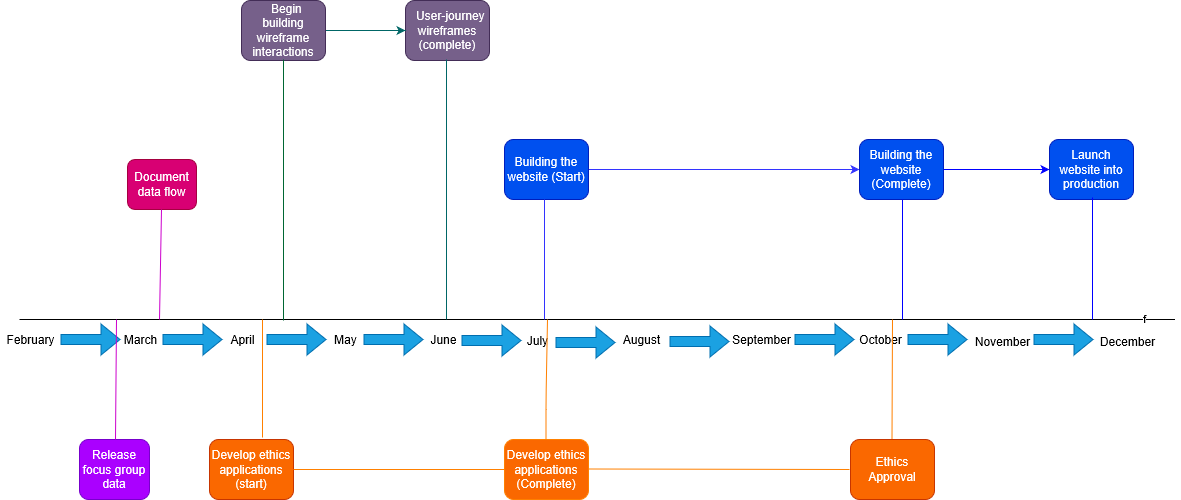
alan-turing-institute/AutisticaCitizenScience keeps this draw.io diagram as project-management/Copy of Demo Timeline.png. Above is the earlier version. Source tidied: cells renumbered, new cells last; positions are measured from the earlier drawing's top-left corner, leaving out a move shared by most shapes.
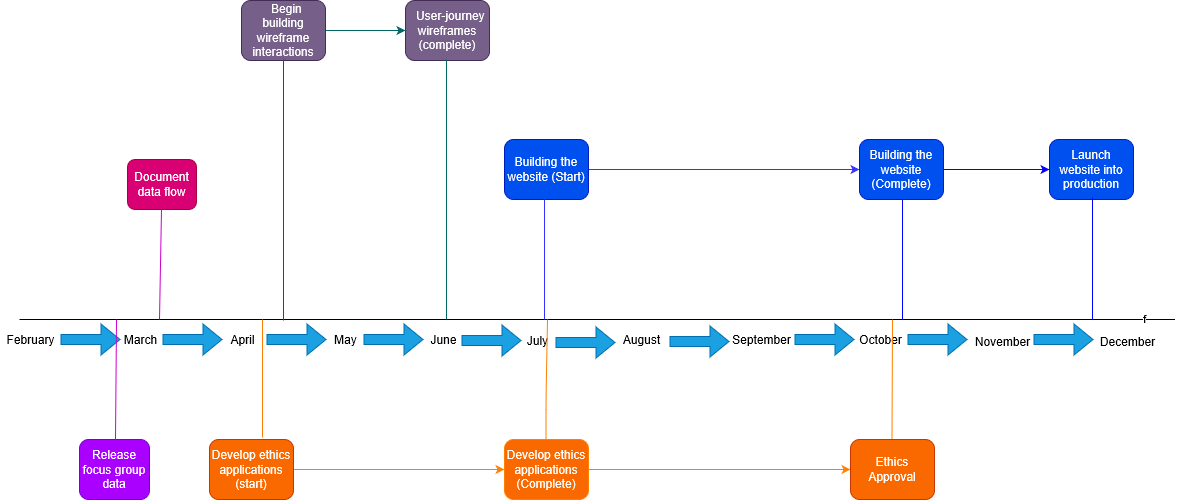
The same file after the commit.

The edit, as a diff of the source:
```diff
@@ -152,9 +152,15 @@
         <mxPoint x="446" y="59" as="targetPoint" />
       </mxGeometry>
     </mxCell>
+    <mxCell id="45" style="edgeStyle=orthogonalEdgeStyle;rounded=0;jettySize=auto;html=1;strokeColor=#FF8000;entryX=0;entryY=0.5;entryDx=0;entryDy=0;" parent="1" edge="1" source="32" target="33">
+      <mxGeometry relative="1" as="geometry" />
+    </mxCell>
     <mxCell id="32" value="Develop ethics applications (start)" style="rounded=1;whiteSpace=wrap;html=1;fillColor=#fa6800;strokeColor=#C73500;fontColor=#ffffff;" parent="1" vertex="1">
       <mxGeometry x="209" y="439" width="84" height="60" as="geometry" />
     </mxCell>
+    <mxCell id="49" style="edgeStyle=orthogonalEdgeStyle;rounded=0;jettySize=auto;html=1;strokeColor=#FF8000;entryX=0;entryY=0.5;entryDx=0;entryDy=0;" parent="1" edge="1" source="33" target="34">
+      <mxGeometry relative="1" as="geometry" />
+    </mxCell>
     <mxCell id="33" value="Develop ethics applications (Complete)" style="rounded=1;whiteSpace=wrap;html=1;fillColor=#fa6800;strokeColor=#FF8000;fontColor=#ffffff;" parent="1" vertex="1">
       <mxGeometry x="504" y="439" width="84" height="60" as="geometry" />
     </mxCell>
@@ -205,21 +211,12 @@
         <mxPoint x="262" y="319" as="targetPoint" />
       </mxGeometry>
     </mxCell>
-    <mxCell id="45" style="endArrow=none;html=1;strokeColor=#FF8000;entryX=0;entryY=0.5;entryDx=0;entryDy=0;exitX=1;exitY=0.5;exitDx=0;exitDy=0;" parent="1" edge="1" source="32" target="33">
-      <mxGeometry relative="1" as="geometry" />
-    </mxCell>
     <mxCell id="46" style="endArrow=none;html=1;strokeColor=#006633;fillColor=#d80073;" parent="1" edge="1">
       <mxGeometry relative="1" as="geometry">
         <mxPoint x="283" y="320" as="sourcePoint" />
         <mxPoint x="283" y="59" as="targetPoint" />
       </mxGeometry>
     </mxCell>
-    <mxCell id="47" style="endArrow=none;html=1;strokeColor=#FF8000;" parent="1" edge="1">
-      <mxGeometry relative="1" as="geometry">
-        <mxPoint x="588" y="468.5" as="sourcePoint" />
-        <mxPoint x="849" y="469" as="targetPoint" />
-      </mxGeometry>
-    </mxCell>
     <mxCell id="48" style="endArrow=none;html=1;strokeColor=#FF8000;" parent="1" edge="1">
       <mxGeometry relative="1" as="geometry">
         <mxPoint x="545.5" y="439" as="sourcePoint" />
```
